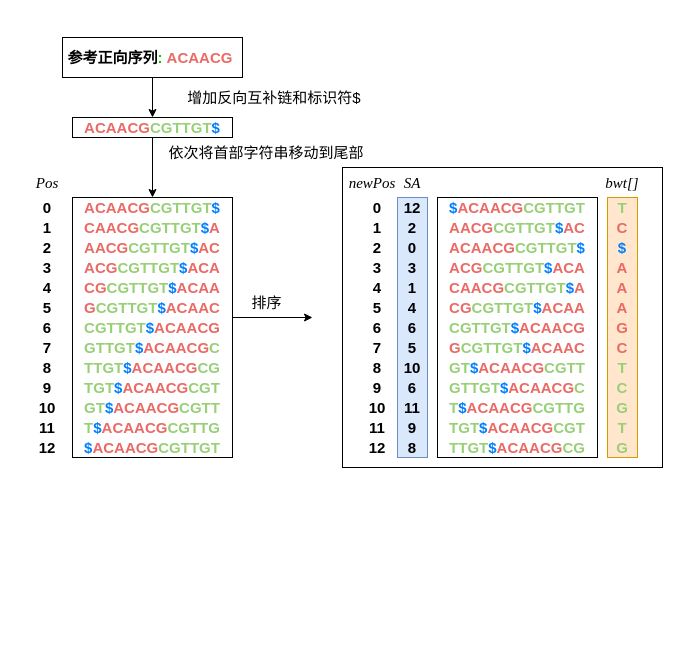
Above: FM-INDEX.drawio in csyourui/bgi_figure (draw.io), before the change. Source tidied: cells renumbered, new cells numbered last; positions are measured from the earlier drawing's top-left corner, leaving out a move shared by most shapes. Both pictures are drawn from the tidied source at 100%, with x=0, y=0 at pixel (17, 17).
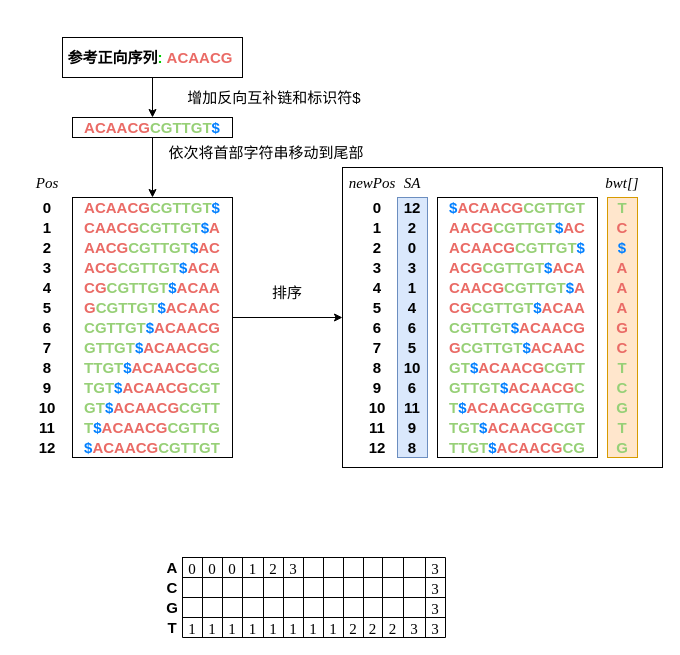
The same diagram, later.

The change refers to these unchanged cells:
```xml
<mxCell id="2" style="rounded=0;whiteSpace=wrap;html=1;labelBackgroundColor=none;labelBorderColor=none;fontFamily=Times New Roman;fontSize=15;fontColor=#007FFF;strokeColor=default;gradientColor=none;" parent="1" vertex="1">
  <mxGeometry x="325" y="150" width="320" height="300" as="geometry" />
</mxCell>
<mxCell id="17" value="&lt;b&gt;&lt;font color=&quot;#97d077&quot;&gt;CGTTGT&lt;/font&gt;&lt;/b&gt;&lt;b&gt;&lt;font color=&quot;#007fff&quot;&gt;$&lt;/font&gt;&lt;/b&gt;&lt;b&gt;&lt;font color=&quot;#ea6b66&quot;&gt;ACAACG&lt;/font&gt;&lt;/b&gt;" style="text;html=1;strokeColor=none;fillColor=none;align=center;verticalAlign=middle;whiteSpace=wrap;rounded=0;fontSize=15;fontColor=#000000;" parent="1" vertex="1">
  <mxGeometry x="55" y="300" width="160" height="20" as="geometry" />
</mxCell>
```

The edit, as a diff of the source:
```diff
@@
-    <mxCell id="55" style="endArrow=classic;html=1;rounded=0;fontFamily=Times New Roman;fontSize=15;fontColor=#000000;exitX=1;exitY=0;exitDx=0;exitDy=0;" parent="1" edge="1" source="17">
-      <mxGeometry relative="1" as="geometry">
-        <mxPoint x="295" y="300" as="targetPoint" />
-      </mxGeometry>
+    <mxCell id="55" style="endArrow=classic;html=1;rounded=0;fontFamily=Times New Roman;fontSize=15;fontColor=#000000;exitX=1;exitY=0;exitDx=0;exitDy=0;entryX=0;entryY=0.5;entryDx=0;entryDy=0;" parent="1" edge="1" source="17" target="2">
+      <mxGeometry relative="1" as="geometry" />
     </mxCell>
     <mxCell id="56" value="&lt;font color=&quot;#000000&quot;&gt;排序&lt;/font&gt;" style="text;html=1;strokeColor=none;fillColor=none;align=center;verticalAlign=middle;whiteSpace=wrap;rounded=0;fontSize=15;fontColor=#FF3333;" parent="1" vertex="1">
-      <mxGeometry x="220.5" y="270" width="57" height="30" as="geometry" />
+      <mxGeometry x="215" y="260" width="110" height="30" as="geometry" />
     </mxCell>
@@
+    <mxCell id="103" style="shape=table;html=1;whiteSpace=wrap;startSize=0;childLayout=tableLayout;labelBackgroundColor=none;labelBorderColor=none;fontFamily=Times New Roman;fontSize=15;fontColor=#000000;strokeColor=default;gradientColor=none;" parent="1" vertex="1">
+      <mxGeometry x="165" y="540" width="263" height="80" as="geometry" />
+    </mxCell>
+    <mxCell id="104" style="shape=tableRow;horizontal=0;startSize=0;swimlaneHead=0;swimlaneBody=0;top=0;left=0;bottom=0;right=0;fillColor=none;labelBackgroundColor=none;labelBorderColor=none;fontFamily=Times New Roman;fontSize=15;fontColor=#000000;strokeColor=default;" parent="103" vertex="1">
+      <mxGeometry width="263" height="20" as="geometry" />
+    </mxCell>
+    <mxCell id="105" value="0" style="shape=partialRectangle;html=1;whiteSpace=wrap;fillColor=none;top=0;left=0;bottom=0;right=0;overflow=hidden;labelBackgroundColor=none;labelBorderColor=none;fontFamily=Times New Roman;fontSize=15;fontColor=#000000;strokeColor=default;" parent="104" vertex="1">
+      <mxGeometry width="20" height="20" as="geometry" />
+    </mxCell>
+    <mxCell id="106" value="0" style="shape=partialRectangle;html=1;whiteSpace=wrap;fillColor=none;top=0;left=0;bottom=0;right=0;overflow=hidden;labelBackgroundColor=none;labelBorderColor=none;fontFamily=Times New Roman;fontSize=15;fontColor=#000000;strokeColor=default;" parent="104" vertex="1">
+      <mxGeometry x="20" width="20" height="20" as="geometry" />
+    </mxCell>
+    <mxCell id="107" value="0" style="shape=partialRectangle;html=1;whiteSpace=wrap;fillColor=none;top=0;left=0;bottom=0;right=0;overflow=hidden;labelBackgroundColor=none;labelBorderColor=none;fontFamily=Times New Roman;fontSize=15;fontColor=#000000;strokeColor=default;" parent="104" vertex="1">
+      <mxGeometry x="40" width="20" height="20" as="geometry" />
+    </mxCell>
+    <mxCell id="108" value="1" style="shape=partialRectangle;html=1;whiteSpace=wrap;fillColor=none;top=0;left=0;bottom=0;right=0;overflow=hidden;labelBackgroundColor=none;labelBorderColor=none;fontFamily=Times New Roman;fontSize=15;fontColor=#000000;strokeColor=default;" parent="104" vertex="1">
+      <mxGeometry x="60" width="21" height="20" as="geometry" />
+    </mxCell>
+    <mxCell id="109" value="2" style="shape=partialRectangle;html=1;whiteSpace=wrap;fillColor=none;top=0;left=0;bottom=0;right=0;overflow=hidden;labelBackgroundColor=none;labelBorderColor=none;fontFamily=Times New Roman;fontSize=15;fontColor=#000000;strokeColor=default;" parent="104" vertex="1">
+      <mxGeometry x="81" width="20" height="20" as="geometry" />
+    </mxCell>
+    <mxCell id="110" value="3" style="shape=partialRectangle;html=1;whiteSpace=wrap;fillColor=none;top=0;left=0;bottom=0;right=0;overflow=hidden;labelBackgroundColor=none;labelBorderColor=none;fontFamily=Times New Roman;fontSize=15;fontColor=#000000;strokeColor=default;" parent="104" vertex="1">
+      <mxGeometry x="101" width="20" height="20" as="geometry" />
+    </mxCell>
+    <mxCell id="111" style="shape=partialRectangle;html=1;whiteSpace=wrap;fillColor=none;top=0;left=0;bottom=0;right=0;overflow=hidden;labelBackgroundColor=none;labelBorderColor=none;fontFamily=Times New Roman;fontSize=15;fontColor=#000000;strokeColor=default;" parent="104" vertex="1">
+      <mxGeometry x="121" width="20" height="20" as="geometry" />
+    </mxCell>
+    <mxCell id="112" style="shape=partialRectangle;html=1;whiteSpace=wrap;fillColor=none;top=0;left=0;bottom=0;right=0;overflow=hidden;labelBackgroundColor=none;labelBorderColor=none;fontFamily=Times New Roman;fontSize=15;fontColor=#000000;strokeColor=default;" parent="104" vertex="1">
+      <mxGeometry x="141" width="20" height="20" as="geometry" />
+    </mxCell>
+    <mxCell id="113" style="shape=partialRectangle;html=1;whiteSpace=wrap;fillColor=none;top=0;left=0;bottom=0;right=0;overflow=hidden;labelBackgroundColor=none;labelBorderColor=none;fontFamily=Times New Roman;fontSize=15;fontColor=#000000;strokeColor=default;" parent="104" vertex="1">
+      <mxGeometry x="161" width="20" height="20" as="geometry" />
+    </mxCell>
+    <mxCell id="114" style="shape=partialRectangle;html=1;whiteSpace=wrap;fillColor=none;top=0;left=0;bottom=0;right=0;overflow=hidden;labelBackgroundColor=none;labelBorderColor=none;fontFamily=Times New Roman;fontSize=15;fontColor=#000000;strokeColor=default;" parent="104" vertex="1">
+      <mxGeometry x="181" width="19" height="20" as="geometry" />
+    </mxCell>
+    <mxCell id="115" style="shape=partialRectangle;html=1;whiteSpace=wrap;fillColor=none;top=0;left=0;bottom=0;right=0;overflow=hidden;labelBackgroundColor=none;labelBorderColor=none;fontFamily=Times New Roman;fontSize=15;fontColor=#000000;strokeColor=default;" parent="104" vertex="1">
+      <mxGeometry x="200" width="21" height="20" as="geometry" />
+    </mxCell>
+    <mxCell id="116" style="shape=partialRectangle;html=1;whiteSpace=wrap;fillColor=none;top=0;left=0;bottom=0;right=0;overflow=hidden;labelBackgroundColor=none;labelBorderColor=none;fontFamily=Times New Roman;fontSize=15;fontColor=#000000;strokeColor=default;" parent="104" vertex="1">
+      <mxGeometry x="221" width="22" height="20" as="geometry" />
+    </mxCell>
+    <mxCell id="117" value="3" style="shape=partialRectangle;html=1;whiteSpace=wrap;fillColor=none;top=0;left=0;bottom=0;right=0;overflow=hidden;labelBackgroundColor=none;labelBorderColor=none;fontFamily=Times New Roman;fontSize=15;fontColor=#000000;strokeColor=default;" parent="104" vertex="1">
+      <mxGeometry x="243" width="20" height="20" as="geometry" />
+    </mxCell>
+    <mxCell id="118" style="shape=tableRow;horizontal=0;startSize=0;swimlaneHead=0;swimlaneBody=0;top=0;left=0;bottom=0;right=0;fillColor=none;labelBackgroundColor=none;labelBorderColor=none;fontFamily=Times New Roman;fontSize=15;fontColor=#000000;strokeColor=default;" parent="103" vertex="1">
+      <mxGeometry y="20" width="263" height="20" as="geometry" />
+    </mxCell>
+    <mxCell id="119" style="shape=partialRectangle;html=1;whiteSpace=wrap;fillColor=none;top=0;left=0;bottom=0;right=0;overflow=hidden;labelBackgroundColor=none;labelBorderColor=none;fontFamily=Times New Roman;fontSize=15;fontColor=#000000;strokeColor=default;" parent="118" vertex="1">
+      <mxGeometry width="20" height="20" as="geometry" />
+    </mxCell>
+    <mxCell id="120" style="shape=partialRectangle;html=1;whiteSpace=wrap;fillColor=none;top=0;left=0;bottom=0;right=0;overflow=hidden;labelBackgroundColor=none;labelBorderColor=none;fontFamily=Times New Roman;fontSize=15;fontColor=#000000;strokeColor=default;" parent="118" vertex="1">
+      <mxGeometry x="20" width="20" height="20" as="geometry" />
+    </mxCell>
+    <mxCell id="121" style="shape=partialRectangle;html=1;whiteSpace=wrap;fillColor=none;top=0;left=0;bottom=0;right=0;overflow=hidden;labelBackgroundColor=none;labelBorderColor=none;fontFamily=Times New Roman;fontSize=15;fontColor=#000000;strokeColor=default;" parent="118" vertex="1">
+      <mxGeometry x="40" width="20" height="20" as="geometry" />
+    </mxCell>
+    <mxCell id="122" style="shape=partialRectangle;html=1;whiteSpace=wrap;fillColor=none;top=0;left=0;bottom=0;right=0;overflow=hidden;labelBackgroundColor=none;labelBorderColor=none;fontFamily=Times New Roman;fontSize=15;fontColor=#000000;strokeColor=default;" parent="118" vertex="1">
+      <mxGeometry x="60" width="21" height="20" as="geometry" />
+    </mxCell>
+    <mxCell id="123" style="shape=partialRectangle;html=1;whiteSpace=wrap;fillColor=none;top=0;left=0;bottom=0;right=0;overflow=hidden;labelBackgroundColor=none;labelBorderColor=none;fontFamily=Times New Roman;fontSize=15;fontColor=#000000;strokeColor=default;" parent="118" vertex="1">
+      <mxGeometry x="81" width="20" height="20" as="geometry" />
+    </mxCell>
+    <mxCell id="124" style="shape=partialRectangle;html=1;whiteSpace=wrap;fillColor=none;top=0;left=0;bottom=0;right=0;overflow=hidden;labelBackgroundColor=none;labelBorderColor=none;fontFamily=Times New Roman;fontSize=15;fontColor=#000000;strokeColor=default;" parent="118" vertex="1">
+      <mxGeometry x="101" width="20" height="20" as="geometry" />
+    </mxCell>
+    <mxCell id="125" style="shape=partialRectangle;html=1;whiteSpace=wrap;fillColor=none;top=0;left=0;bottom=0;right=0;overflow=hidden;labelBackgroundColor=none;labelBorderColor=none;fontFamily=Times New Roman;fontSize=15;fontColor=#000000;strokeColor=default;" parent="118" vertex="1">
+      <mxGeometry x="121" width="20" height="20" as="geometry" />
+    </mxCell>
+    <mxCell id="126" style="shape=partialRectangle;html=1;whiteSpace=wrap;fillColor=none;top=0;left=0;bottom=0;right=0;overflow=hidden;labelBackgroundColor=none;labelBorderColor=none;fontFamily=Times New Roman;fontSize=15;fontColor=#000000;strokeColor=default;" parent="118" vertex="1">
+      <mxGeometry x="141" width="20" height="20" as="geometry" />
+    </mxCell>
+    <mxCell id="127" style="shape=partialRectangle;html=1;whiteSpace=wrap;fillColor=none;top=0;left=0;bottom=0;right=0;overflow=hidden;labelBackgroundColor=none;labelBorderColor=none;fontFamily=Times New Roman;fontSize=15;fontColor=#000000;strokeColor=default;" parent="118" vertex="1">
+      <mxGeometry x="161" width="20" height="20" as="geometry" />
+    </mxCell>
+    <mxCell id="128" style="shape=partialRectangle;html=1;whiteSpace=wrap;fillColor=none;top=0;left=0;bottom=0;right=0;overflow=hidden;labelBackgroundColor=none;labelBorderColor=none;fontFamily=Times New Roman;fontSize=15;fontColor=#000000;strokeColor=default;" parent="118" vertex="1">
+      <mxGeometry x="181" width="19" height="20" as="geometry" />
+    </mxCell>
+    <mxCell id="129" style="shape=partialRectangle;html=1;whiteSpace=wrap;fillColor=none;top=0;left=0;bottom=0;right=0;overflow=hidden;labelBackgroundColor=none;labelBorderColor=none;fontFamily=Times New Roman;fontSize=15;fontColor=#000000;strokeColor=default;" parent="118" vertex="1">
+      <mxGeometry x="200" width="21" height="20" as="geometry" />
+    </mxCell>
+    <mxCell id="130" style="shape=partialRectangle;html=1;whiteSpace=wrap;fillColor=none;top=0;left=0;bottom=0;right=0;overflow=hidden;labelBackgroundColor=none;labelBorderColor=none;fontFamily=Times New Roman;fontSize=15;fontColor=#000000;strokeColor=default;" parent="118" vertex="1">
+      <mxGeometry x="221" width="22" height="20" as="geometry" />
+    </mxCell>
+    <mxCell id="131" value="3" style="shape=partialRectangle;html=1;whiteSpace=wrap;fillColor=none;top=0;left=0;bottom=0;right=0;overflow=hidden;labelBackgroundColor=none;labelBorderColor=none;fontFamily=Times New Roman;fontSize=15;fontColor=#000000;strokeColor=default;" parent="118" vertex="1">
+      <mxGeometry x="243" width="20" height="20" as="geometry" />
+    </mxCell>
+    <mxCell id="132" style="shape=tableRow;horizontal=0;startSize=0;swimlaneHead=0;swimlaneBody=0;top=0;left=0;bottom=0;right=0;fillColor=none;labelBackgroundColor=none;labelBorderColor=none;fontFamily=Times New Roman;fontSize=15;fontColor=#000000;strokeColor=default;" parent="103" vertex="1">
+      <mxGeometry y="40" width="263" height="20" as="geometry" />
+    </mxCell>
+    <mxCell id="133" style="shape=partialRectangle;html=1;whiteSpace=wrap;fillColor=none;top=0;left=0;bottom=0;right=0;overflow=hidden;labelBackgroundColor=none;labelBorderColor=none;fontFamily=Times New Roman;fontSize=15;fontColor=#000000;strokeColor=default;" parent="132" vertex="1">
+      <mxGeometry width="20" height="20" as="geometry" />
+    </mxCell>
+    <mxCell id="134" style="shape=partialRectangle;html=1;whiteSpace=wrap;fillColor=none;top=0;left=0;bottom=0;right=0;overflow=hidden;labelBackgroundColor=none;labelBorderColor=none;fontFamily=Times New Roman;fontSize=15;fontColor=#000000;strokeColor=default;" parent="132" vertex="1">
+      <mxGeometry x="20" width="20" height="20" as="geometry" />
+    </mxCell>
+    <mxCell id="135" style="shape=partialRectangle;html=1;whiteSpace=wrap;fillColor=none;top=0;left=0;bottom=0;right=0;overflow=hidden;labelBackgroundColor=none;labelBorderColor=none;fontFamily=Times New Roman;fontSize=15;fontColor=#000000;strokeColor=default;" parent="132" vertex="1">
+      <mxGeometry x="40" width="20" height="20" as="geometry" />
+    </mxCell>
+    <mxCell id="136" style="shape=partialRectangle;html=1;whiteSpace=wrap;fillColor=none;top=0;left=0;bottom=0;right=0;overflow=hidden;labelBackgroundColor=none;labelBorderColor=none;fontFamily=Times New Roman;fontSize=15;fontColor=#000000;strokeColor=default;" parent="132" vertex="1">
+      <mxGeometry x="60" width="21" height="20" as="geometry" />
+    </mxCell>
+    <mxCell id="137" style="shape=partialRectangle;html=1;whiteSpace=wrap;fillColor=none;top=0;left=0;bottom=0;right=0;overflow=hidden;labelBackgroundColor=none;labelBorderColor=none;fontFamily=Times New Roman;fontSize=15;fontColor=#000000;strokeColor=default;" parent="132" vertex="1">
+      <mxGeometry x="81" width="20" height="20" as="geometry" />
+    </mxCell>
+    <mxCell id="138" style="shape=partialRectangle;html=1;whiteSpace=wrap;fillColor=none;top=0;left=0;bottom=0;right=0;overflow=hidden;labelBackgroundColor=none;labelBorderColor=none;fontFamily=Times New Roman;fontSize=15;fontColor=#000000;strokeColor=default;" parent="132" vertex="1">
+      <mxGeometry x="101" width="20" height="20" as="geometry" />
+    </mxCell>
+    <mxCell id="139" style="shape=partialRectangle;html=1;whiteSpace=wrap;fillColor=none;top=0;left=0;bottom=0;right=0;overflow=hidden;labelBackgroundColor=none;labelBorderColor=none;fontFamily=Times New Roman;fontSize=15;fontColor=#000000;strokeColor=default;" parent="132" vertex="1">
+      <mxGeometry x="121" width="20" height="20" as="geometry" />
+    </mxCell>
+    <mxCell id="140" style="shape=partialRectangle;html=1;whiteSpace=wrap;fillColor=none;top=0;left=0;bottom=0;right=0;overflow=hidden;labelBackgroundColor=none;labelBorderColor=none;fontFamily=Times New Roman;fontSize=15;fontColor=#000000;strokeColor=default;" parent="132" vertex="1">
+      <mxGeometry x="141" width="20" height="20" as="geometry" />
+    </mxCell>
+    <mxCell id="141" style="shape=partialRectangle;html=1;whiteSpace=wrap;fillColor=none;top=0;left=0;bottom=0;right=0;overflow=hidden;labelBackgroundColor=none;labelBorderColor=none;fontFamily=Times New Roman;fontSize=15;fontColor=#000000;strokeColor=default;" parent="132" vertex="1">
+      <mxGeometry x="161" width="20" height="20" as="geometry" />
+    </mxCell>
+    <mxCell id="142" style="shape=partialRectangle;html=1;whiteSpace=wrap;fillColor=none;top=0;left=0;bottom=0;right=0;overflow=hidden;labelBackgroundColor=none;labelBorderColor=none;fontFamily=Times New Roman;fontSize=15;fontColor=#000000;strokeColor=default;" parent="132" vertex="1">
+      <mxGeometry x="181" width="19" height="20" as="geometry" />
+    </mxCell>
+    <mxCell id="143" style="shape=partialRectangle;html=1;whiteSpace=wrap;fillColor=none;top=0;left=0;bottom=0;right=0;overflow=hidden;labelBackgroundColor=none;labelBorderColor=none;fontFamily=Times New Roman;fontSize=15;fontColor=#000000;strokeColor=default;" parent="132" vertex="1">
+      <mxGeometry x="200" width="21" height="20" as="geometry" />
+    </mxCell>
+    <mxCell id="144" style="shape=partialRectangle;html=1;whiteSpace=wrap;fillColor=none;top=0;left=0;bottom=0;right=0;overflow=hidden;labelBackgroundColor=none;labelBorderColor=none;fontFamily=Times New Roman;fontSize=15;fontColor=#000000;strokeColor=default;" parent="132" vertex="1">
+      <mxGeometry x="221" width="22" height="20" as="geometry" />
+    </mxCell>
+    <mxCell id="145" value="3" style="shape=partialRectangle;html=1;whiteSpace=wrap;fillColor=none;top=0;left=0;bottom=0;right=0;overflow=hidden;labelBackgroundColor=none;labelBorderColor=none;fontFamily=Times New Roman;fontSize=15;fontColor=#000000;strokeColor=default;" parent="132" vertex="1">
+      <mxGeometry x="243" width="20" height="20" as="geometry" />
+    </mxCell>
+    <mxCell id="146" style="shape=tableRow;horizontal=0;startSize=0;swimlaneHead=0;swimlaneBody=0;top=0;left=0;bottom=0;right=0;fillColor=none;labelBackgroundColor=none;labelBorderColor=none;fontFamily=Times New Roman;fontSize=15;fontColor=#000000;strokeColor=default;" parent="103" vertex="1">
+      <mxGeometry y="60" width="263" height="20" as="geometry" />
+    </mxCell>
+    <mxCell id="147" value="1" style="shape=partialRectangle;html=1;whiteSpace=wrap;fillColor=none;top=0;left=0;bottom=0;right=0;overflow=hidden;labelBackgroundColor=none;labelBorderColor=none;fontFamily=Times New Roman;fontSize=15;fontColor=#000000;strokeColor=default;" parent="146" vertex="1">
+      <mxGeometry width="20" height="20" as="geometry" />
+    </mxCell>
+    <mxCell id="148" value="1" style="shape=partialRectangle;html=1;whiteSpace=wrap;fillColor=none;top=0;left=0;bottom=0;right=0;overflow=hidden;labelBackgroundColor=none;labelBorderColor=none;fontFamily=Times New Roman;fontSize=15;fontColor=#000000;strokeColor=default;" parent="146" vertex="1">
+      <mxGeometry x="20" width="20" height="20" as="geometry" />
+    </mxCell>
+    <mxCell id="149" value="1" style="shape=partialRectangle;html=1;whiteSpace=wrap;fillColor=none;top=0;left=0;bottom=0;right=0;overflow=hidden;labelBackgroundColor=none;labelBorderColor=none;fontFamily=Times New Roman;fontSize=15;fontColor=#000000;strokeColor=default;" parent="146" vertex="1">
+      <mxGeometry x="40" width="20" height="20" as="geometry" />
+    </mxCell>
+    <mxCell id="150" value="1" style="shape=partialRectangle;html=1;whiteSpace=wrap;fillColor=none;top=0;left=0;bottom=0;right=0;overflow=hidden;labelBackgroundColor=none;labelBorderColor=none;fontFamily=Times New Roman;fontSize=15;fontColor=#000000;strokeColor=default;" parent="146" vertex="1">
+      <mxGeometry x="60" width="21" height="20" as="geometry" />
+    </mxCell>
+    <mxCell id="151" value="1" style="shape=partialRectangle;html=1;whiteSpace=wrap;fillColor=none;top=0;left=0;bottom=0;right=0;overflow=hidden;labelBackgroundColor=none;labelBorderColor=none;fontFamily=Times New Roman;fontSize=15;fontColor=#000000;strokeColor=default;" parent="146" vertex="1">
+      <mxGeometry x="81" width="20" height="20" as="geometry" />
+    </mxCell>
+    <mxCell id="152" value="1" style="shape=partialRectangle;html=1;whiteSpace=wrap;fillColor=none;top=0;left=0;bottom=0;right=0;overflow=hidden;labelBackgroundColor=none;labelBorderColor=none;fontFamily=Times New Roman;fontSize=15;fontColor=#000000;strokeColor=default;" parent="146" vertex="1">
+      <mxGeometry x="101" width="20" height="20" as="geometry" />
+    </mxCell>
+    <mxCell id="153" value="1" style="shape=partialRectangle;html=1;whiteSpace=wrap;fillColor=none;top=0;left=0;bottom=0;right=0;overflow=hidden;labelBackgroundColor=none;labelBorderColor=none;fontFamily=Times New Roman;fontSize=15;fontColor=#000000;strokeColor=default;" parent="146" vertex="1">
+      <mxGeometry x="121" width="20" height="20" as="geometry" />
+    </mxCell>
+    <mxCell id="154" value="1" style="shape=partialRectangle;html=1;whiteSpace=wrap;fillColor=none;top=0;left=0;bottom=0;right=0;overflow=hidden;labelBackgroundColor=none;labelBorderColor=none;fontFamily=Times New Roman;fontSize=15;fontColor=#000000;strokeColor=default;" parent="146" vertex="1">
+      <mxGeometry x="141" width="20" height="20" as="geometry" />
+    </mxCell>
+    <mxCell id="155" value="2" style="shape=partialRectangle;html=1;whiteSpace=wrap;fillColor=none;top=0;left=0;bottom=0;right=0;overflow=hidden;labelBackgroundColor=none;labelBorderColor=none;fontFamily=Times New Roman;fontSize=15;fontColor=#000000;strokeColor=default;" parent="146" vertex="1">
+      <mxGeometry x="161" width="20" height="20" as="geometry" />
+    </mxCell>
+    <mxCell id="156" value="2" style="shape=partialRectangle;html=1;whiteSpace=wrap;fillColor=none;top=0;left=0;bottom=0;right=0;overflow=hidden;labelBackgroundColor=none;labelBorderColor=none;fontFamily=Times New Roman;fontSize=15;fontColor=#000000;strokeColor=default;" parent="146" vertex="1">
+      <mxGeometry x="181" width="19" height="20" as="geometry" />
+    </mxCell>
+    <mxCell id="157" value="2" style="shape=partialRectangle;html=1;whiteSpace=wrap;fillColor=none;top=0;left=0;bottom=0;right=0;overflow=hidden;labelBackgroundColor=none;labelBorderColor=none;fontFamily=Times New Roman;fontSize=15;fontColor=#000000;strokeColor=default;" parent="146" vertex="1">
+      <mxGeometry x="200" width="21" height="20" as="geometry" />
+    </mxCell>
+    <mxCell id="158" value="3" style="shape=partialRectangle;html=1;whiteSpace=wrap;fillColor=none;top=0;left=0;bottom=0;right=0;overflow=hidden;labelBackgroundColor=none;labelBorderColor=none;fontFamily=Times New Roman;fontSize=15;fontColor=#000000;strokeColor=default;" parent="146" vertex="1">
+      <mxGeometry x="221" width="22" height="20" as="geometry" />
+    </mxCell>
+    <mxCell id="159" value="3" style="shape=partialRectangle;html=1;whiteSpace=wrap;fillColor=none;top=0;left=0;bottom=0;right=0;overflow=hidden;labelBackgroundColor=none;labelBorderColor=none;fontFamily=Times New Roman;fontSize=15;fontColor=#000000;strokeColor=default;" parent="146" vertex="1">
+      <mxGeometry x="243" width="20" height="20" as="geometry" />
+    </mxCell>
+    <mxCell id="160" value="&lt;b style=&quot;&quot;&gt;A&lt;/b&gt;" style="text;html=1;strokeColor=none;fillColor=none;align=center;verticalAlign=middle;whiteSpace=wrap;rounded=0;fontSize=15;fontColor=#000000;" parent="1" vertex="1">
+      <mxGeometry x="145" y="540" width="20" height="20" as="geometry" />
+    </mxCell>
+    <mxCell id="161" value="&lt;b&gt;C&lt;/b&gt;" style="text;html=1;strokeColor=none;fillColor=none;align=center;verticalAlign=middle;whiteSpace=wrap;rounded=0;fontSize=15;fontColor=#000000;" parent="1" vertex="1">
+      <mxGeometry x="145" y="560" width="20" height="20" as="geometry" />
+    </mxCell>
+    <mxCell id="162" value="&lt;b style=&quot;&quot;&gt;G&lt;/b&gt;" style="text;html=1;strokeColor=none;fillColor=none;align=center;verticalAlign=middle;whiteSpace=wrap;rounded=0;fontSize=15;fontColor=#000000;" parent="1" vertex="1">
+      <mxGeometry x="145" y="580" width="20" height="20" as="geometry" />
+    </mxCell>
+    <mxCell id="163" value="&lt;b style=&quot;&quot;&gt;T&lt;/b&gt;" style="text;html=1;strokeColor=none;fillColor=none;align=center;verticalAlign=middle;whiteSpace=wrap;rounded=0;fontSize=15;fontColor=#000000;" parent="1" vertex="1">
+      <mxGeometry x="145" y="600" width="20" height="20" as="geometry" />
+    </mxCell>
```
